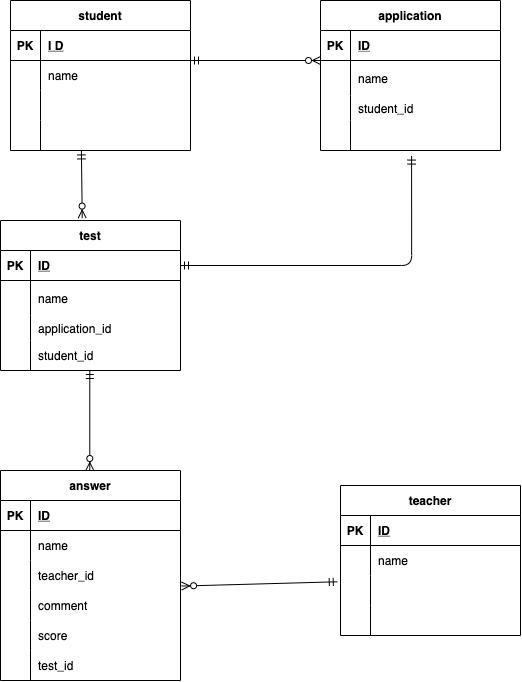
daisuke88888/ER keeps this draw.io diagram as index.drawio.png. Above is the earlier version. Source tidied: cells renumbered, new cells last; positions are measured from the earlier drawing's top-left corner, leaving out a move shared by most shapes.
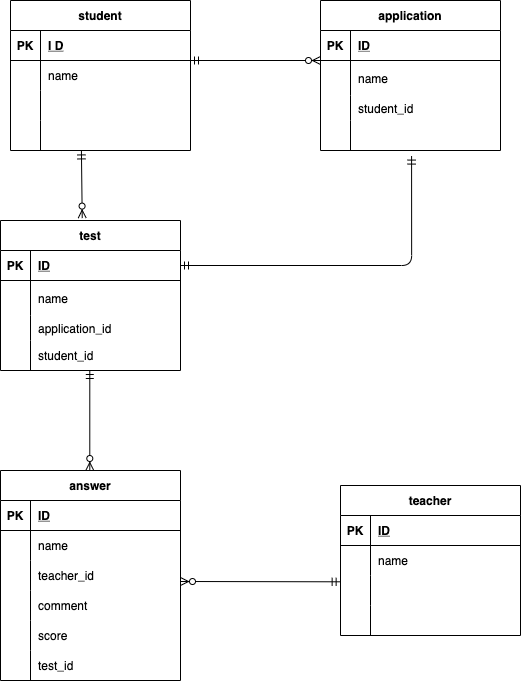
After the commit.

Commit message:
firs git commit -m firs

Diff of the diagram source:
```diff
@@ -237,8 +237,10 @@
         </Array>
       </mxGeometry>
     </mxCell>
-    <mxCell id="77" style="fontSize=12;html=1;endArrow=ERzeroToMany;startArrow=ERmandOne;entryX=1.006;entryY=0.852;entryDx=0;entryDy=0;exitX=-0.018;exitY=0.21;exitDx=0;exitDy=0;exitPerimeter=0;entryPerimeter=0;" parent="1" edge="1" source="35" target="48">
-      <mxGeometry relative="1" as="geometry" />
+    <mxCell id="77" style="fontSize=12;html=1;endArrow=ERzeroToMany;startArrow=ERmandOne;exitX=-0.002;exitY=0.21;exitDx=0;exitDy=0;exitPerimeter=0;" parent="1" edge="1" source="35">
+      <mxGeometry relative="1" as="geometry">
+        <mxPoint x="180" y="581" as="targetPoint" />
+      </mxGeometry>
     </mxCell>
   </root>
 </mxGraphModel>
```
